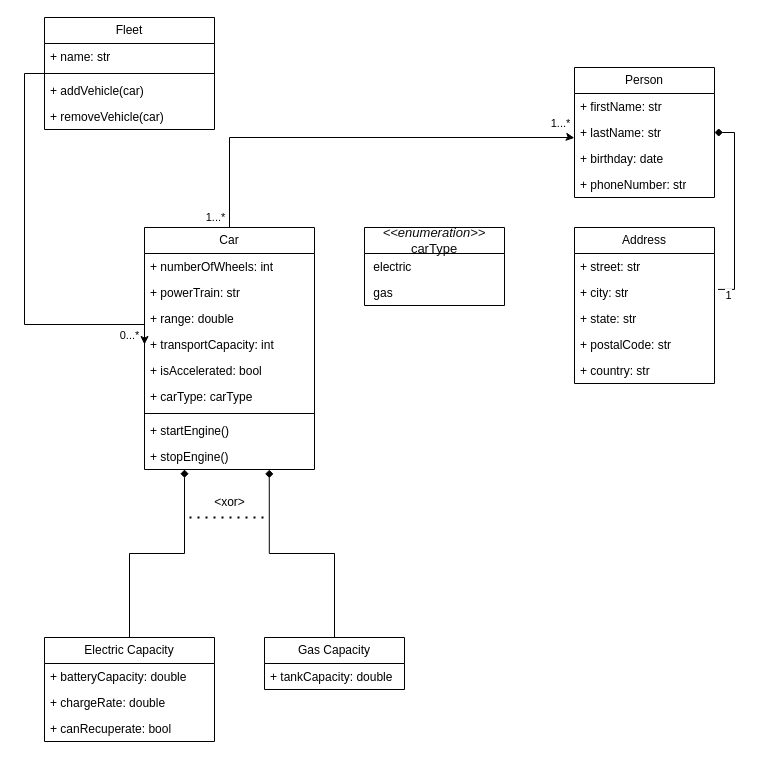
adriennhorvath/architecture keeps this draw.io diagram as UML.drawio. Above is the earlier version. Source tidied: cells renumbered, new cells numbered last; positions are measured from the earlier drawing's top-left corner, leaving out a move shared by most shapes. Both pictures are drawn from the tidied source at 100%, with x=0, y=0 at pixel (24, 17).
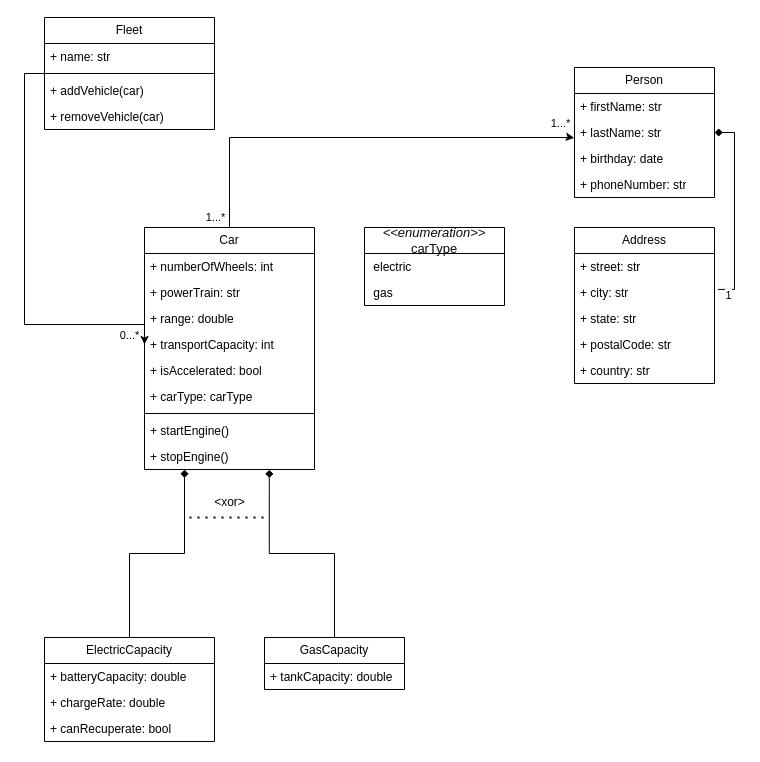
The same page after the edit.

The edit, as a diff of the source:
```diff
@@
-    <mxCell id="40" value="Electric Capacity" style="swimlane;fontStyle=0;horizontal=1;startSize=26;fillColor=none;whiteSpace=wrap;html=1;" parent="1" vertex="1">
+    <mxCell id="40" value="ElectricCapacity" style="swimlane;fontStyle=0;horizontal=1;startSize=26;fillColor=none;whiteSpace=wrap;html=1;" parent="1" vertex="1">
       <mxGeometry x="20" y="620" width="170" height="104" as="geometry" />
     </mxCell>
@@
-    <mxCell id="44" value="Gas Capacity" style="swimlane;fontStyle=0;horizontal=1;startSize=26;fillColor=none;whiteSpace=wrap;html=1;" parent="1" vertex="1">
+    <mxCell id="44" value="GasCapacity" style="swimlane;fontStyle=0;horizontal=1;startSize=26;fillColor=none;whiteSpace=wrap;html=1;" parent="1" vertex="1">
       <mxGeometry x="240" y="620" width="140" height="52" as="geometry" />
     </mxCell>
```
